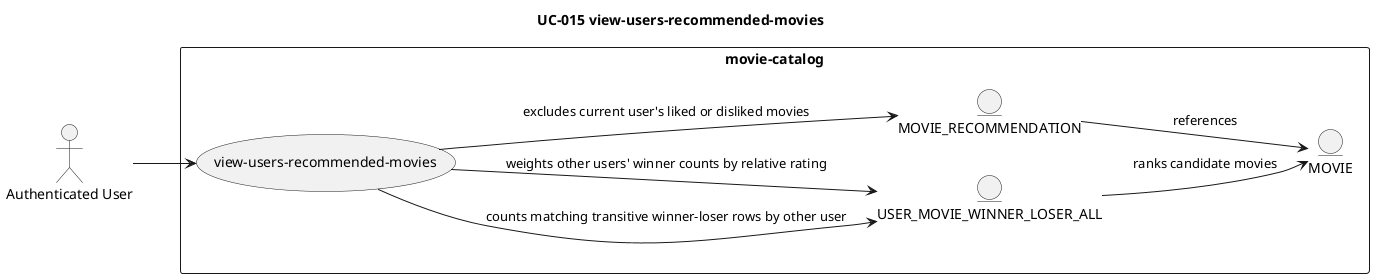
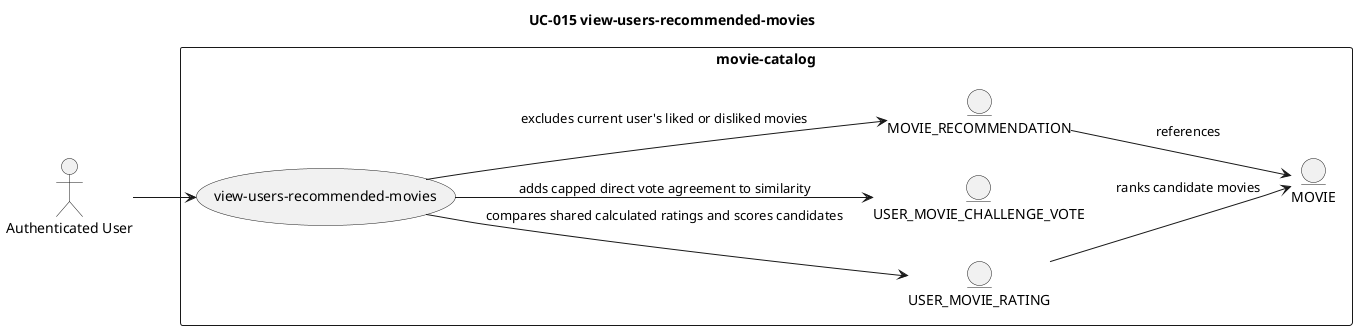
@startuml
title UC-015 view-users-recommended-movies
left to right direction

actor "Authenticated User" as user
rectangle "movie-catalog" {
    usecase "view-users-recommended-movies" as UC
-     entity "USER_MOVIE_WINNER_LOSER_ALL" as closureResult
+     entity "USER_MOVIE_RATING" as rating
+     entity "USER_MOVIE_CHALLENGE_VOTE" as directVote
    entity "MOVIE_RECOMMENDATION" as recommendation
    entity "MOVIE" as movie
}

user --> UC
- UC --> closureResult : counts matching transitive winner-loser rows by other user
- UC --> closureResult : weights other users' winner counts by relative rating
+ UC --> rating : compares shared calculated ratings and scores candidates
+ UC --> directVote : adds capped direct vote agreement to similarity
UC --> recommendation : excludes current user's liked or disliked movies
- closureResult --> movie : ranks candidate movies
+ rating --> movie : ranks candidate movies
recommendation --> movie : references
@enduml
